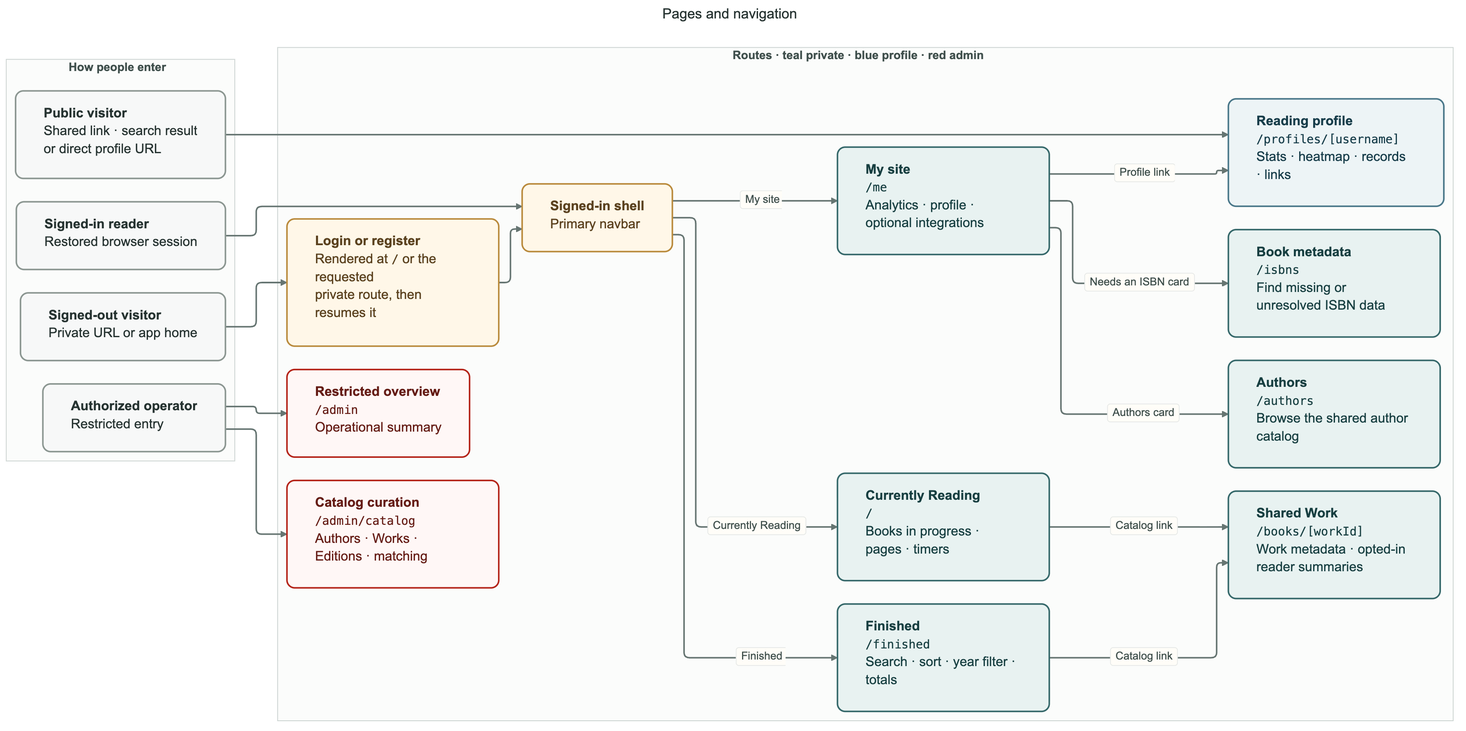
The Mermaid diagram docs/architecture/site-functionality.png in ankile/book-tracker, before a commit. Its source is kept beside it as docs/architecture/site-functionality.mmd.
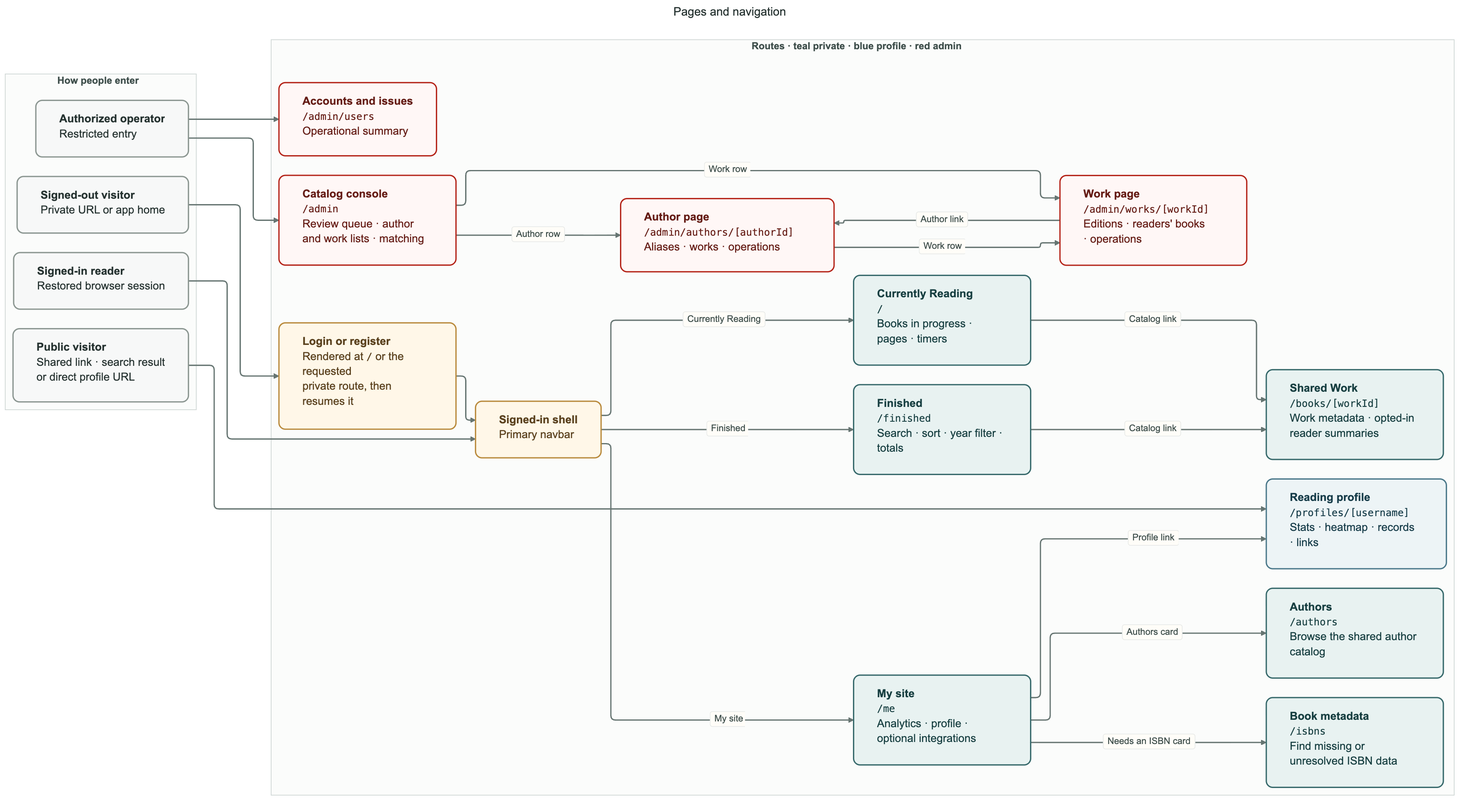
Above is the later version.

Change to the diagram source:
```diff
@@ -3,7 +3,7 @@
 ---
 flowchart LR
   accTitle: Book Tracker pages and navigation
-  accDescr: Signed-in readers use the primary navigation for Currently Reading, Finished, and My site. My site links to Authors, Book metadata, and the reading profile. Catalog links open shared Work pages. Shared links and search results can enter the public profile directly. Authorized operators can open the restricted overview and catalog curation pages. The separate route access matrix lists readers and writes for every page.
+  accDescr: Signed-in readers use the primary navigation for Currently Reading, Finished, and My site. My site links to Authors, Book metadata, and the reading profile. Catalog links open shared Work pages. Shared links and search results can enter the public profile directly. Authorized operators can open the restricted overview and the catalog console, whose lists open one page per work and per author. The separate route access matrix lists readers and writes for every page.
 
   classDef person fill:#f7f8f8,stroke:#8b9691,color:#263331,stroke-width:2px;
   classDef gate fill:#fff7e8,stroke:#b98a3c,color:#5b421f,stroke-width:2px;
@@ -32,7 +32,9 @@
     isbns["<b>Book metadata</b><br/><code>/isbns</code><br/>Find missing or unresolved ISBN data"]:::page
     work["<b>Shared Work</b><br/><code>/books/[workId]</code><br/>Work metadata · opted-in reader summaries"]:::page
     profile["<b>Reading profile</b><br/><code>/profiles/[username]</code><br/>Stats · heatmap · records · links"]:::public
-    admin["<b>Catalog console</b><br/><code>/admin</code><br/>Authors · Works · Editions · matching"]:::admin
+    admin["<b>Catalog console</b><br/><code>/admin</code><br/>Review queue · author and work lists · matching"]:::admin
+    adminwork["<b>Work page</b><br/><code>/admin/works/[workId]</code><br/>Editions · readers' books · operations"]:::admin
+    adminauthor["<b>Author page</b><br/><code>/admin/authors/[authorId]</code><br/>Aliases · works · operations"]:::admin
     adminusers["<b>Accounts and issues</b><br/><code>/admin/users</code><br/>Operational summary"]:::admin
   end
 
@@ -41,6 +43,10 @@
   publicentry --> profile
   operator --> admin
   operator --> adminusers
+  admin -->|"Work row"| adminwork
+  admin -->|"Author row"| adminauthor
+  adminwork -->|"Author link"| adminauthor
+  adminauthor -->|"Work row"| adminwork
 
   shell -->|"Currently Reading"| current
   shell -->|"Finished"| finished
```
